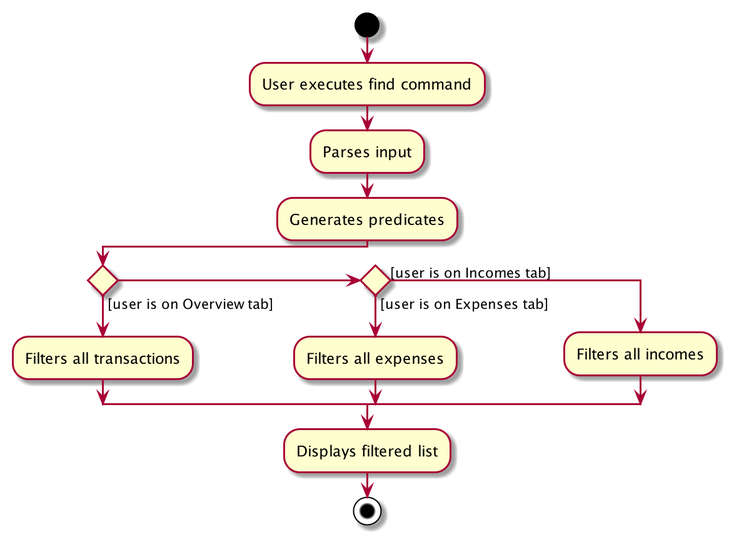
This is docs/images/FindActivityDiagram.png from zhaojj2209/tp, a PlantUML export, as it was before one commit. The source it was exported from:
```plantuml
@startuml
start
:User executes find command;
:Parses input;
:Generates predicates;

if () then ([user is on Overview tab])
    :Filters all transactions;
elseif () then ([user is on Expenses tab])
    :Filters all expenses;
else ([user is on Incomes tab])
    :Filters all incomes;
endif
    :Displays filtered list;
stop
@enduml
```
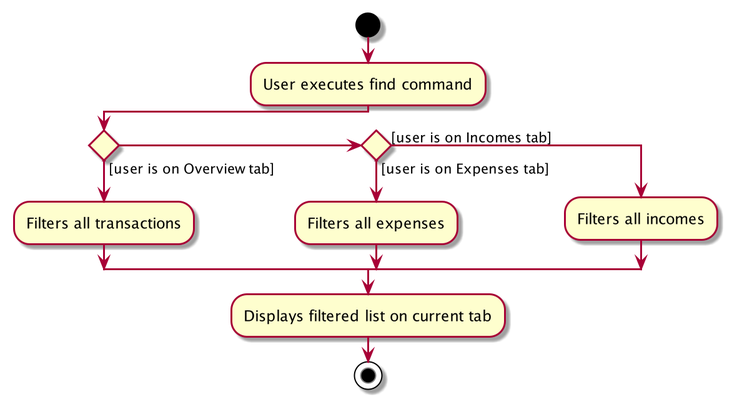
After the change.

Change to the diagram source:
```diff
@@ -1,8 +1,6 @@
 @startuml
 start
 :User executes find command;
-:Parses input;
-:Generates predicates;
 
 if () then ([user is on Overview tab])
     :Filters all transactions;
@@ -11,6 +9,6 @@
 else ([user is on Incomes tab])
     :Filters all incomes;
 endif
-    :Displays filtered list;
+    :Displays filtered list on current tab;
 stop
 @enduml
```
